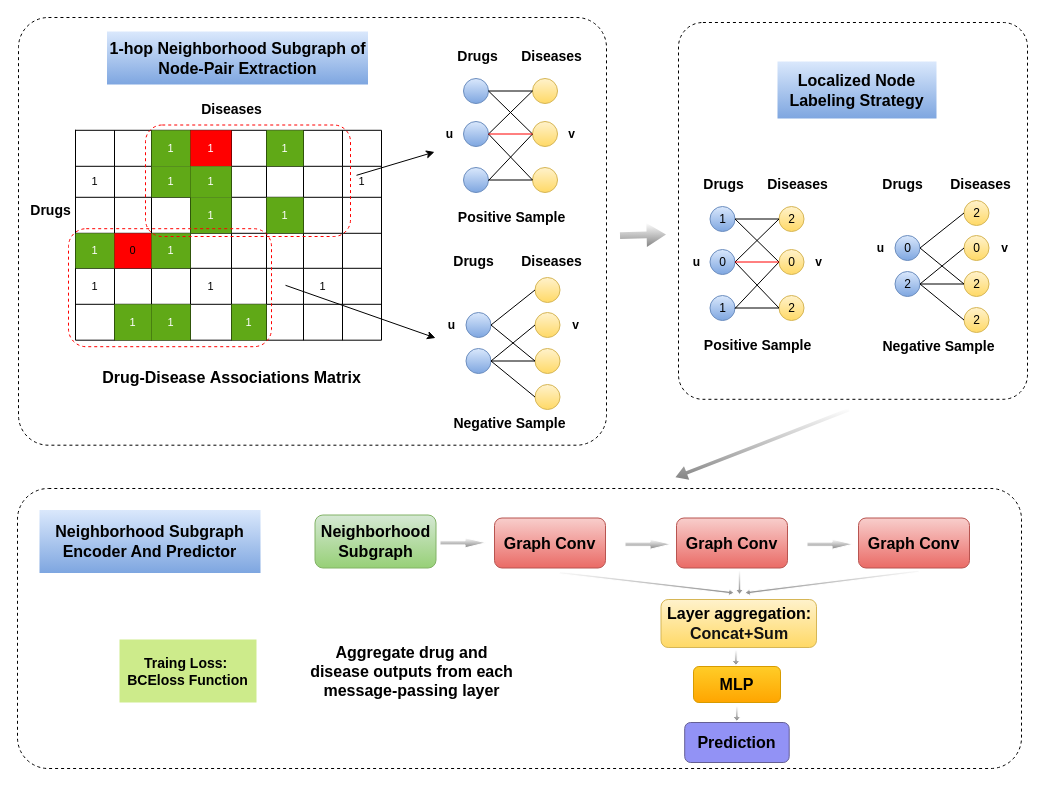
Earlier version of the draw.io diagram page "第 3 页" (3 of 4) of 未命名绘图.drawio (nanfengk/hello-world). Source tidied: cells renumbered, new cells numbered last; positions are measured from the earlier drawing's top-left corner, leaving out a move shared by most shapes. Both pictures are drawn from the tidied source at 100%, with x=0, y=0 at pixel (17, 17).
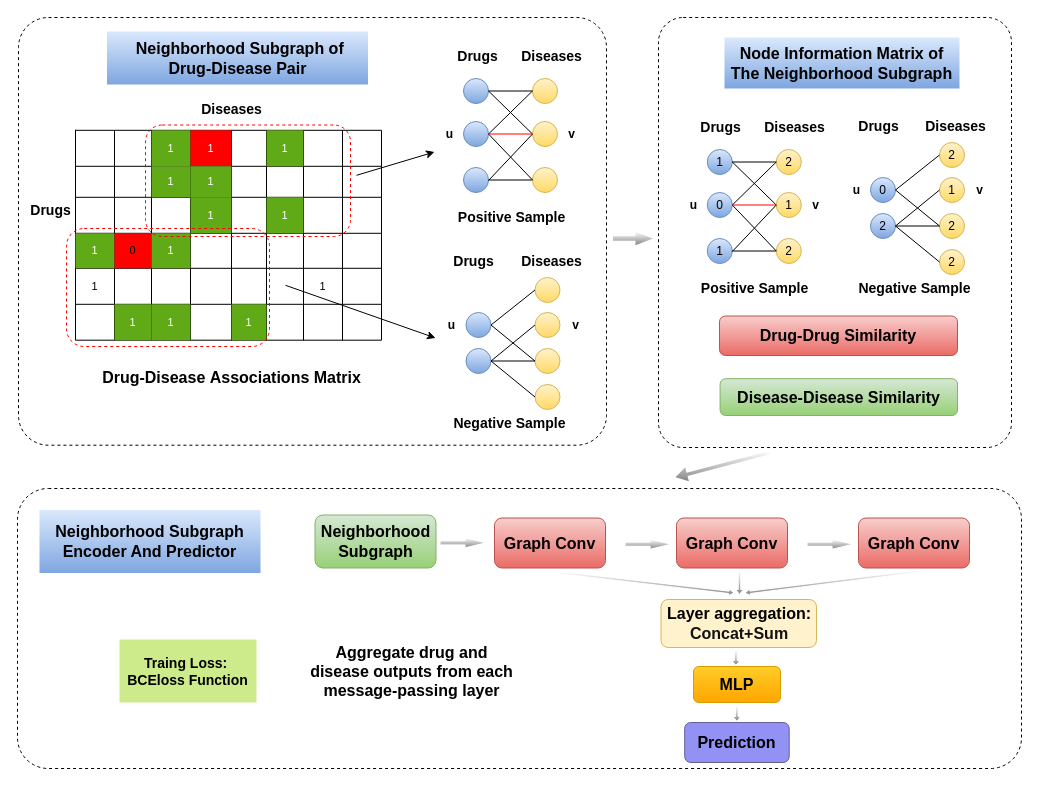
The same page after the edit.

Unchanged cells that the change refers to:
```xml
<mxCell id="14" style="shape=tableRow;horizontal=0;startSize=0;swimlaneHead=0;swimlaneBody=0;top=0;left=0;bottom=0;right=0;fillColor=none;rounded=0;shadow=0;sketch=0;fontSize=11;strokeWidth=1;" parent="4" vertex="1">
  <mxGeometry y="36" width="306" height="31" as="geometry" />
</mxCell>
<mxCell id="41" style="shape=tableRow;horizontal=0;startSize=0;swimlaneHead=0;swimlaneBody=0;top=0;left=0;bottom=0;right=0;fillColor=none;rounded=0;shadow=0;sketch=0;fontSize=11;strokeWidth=1;" parent="4" vertex="1">
  <mxGeometry y="138" width="306" height="36" as="geometry" />
</mxCell>
```

The edit, as a diff of the source:
```diff
@@
     <mxCell id="2" style="rounded=1;whiteSpace=wrap;html=1;glass=1;fillColor=none;dashed=1;strokeWidth=1;shadow=0;arcSize=7;" parent="1" vertex="1">
-      <mxGeometry x="661" y="5" width="349" height="376.8" as="geometry" />
+      <mxGeometry x="641" width="353" height="430" as="geometry" />
     </mxCell>
@@
-    <mxCell id="15" value="1" style="shape=partialRectangle;html=1;whiteSpace=wrap;overflow=hidden;fillColor=none;top=0;left=0;bottom=0;right=0;rounded=0;shadow=0;sketch=0;fontSize=11;strokeWidth=1;" parent="14" vertex="1">
+    <mxCell id="15" style="shape=partialRectangle;html=1;whiteSpace=wrap;overflow=hidden;fillColor=none;top=0;left=0;bottom=0;right=0;rounded=0;shadow=0;sketch=0;fontSize=11;strokeWidth=1;" parent="14" vertex="1">
       <mxGeometry width="39" height="31" as="geometry" />
     </mxCell>
@@
-    <mxCell id="22" value="1" style="shape=partialRectangle;html=1;whiteSpace=wrap;overflow=hidden;fillColor=none;top=0;left=0;bottom=0;right=0;rounded=0;shadow=0;sketch=0;fontSize=11;strokeWidth=1;" parent="14" vertex="1">
+    <mxCell id="22" style="shape=partialRectangle;html=1;whiteSpace=wrap;overflow=hidden;fillColor=none;top=0;left=0;bottom=0;right=0;rounded=0;shadow=0;sketch=0;fontSize=11;strokeWidth=1;" parent="14" vertex="1">
       <mxGeometry x="267" width="39" height="31" as="geometry" />
     </mxCell>
@@
-    <mxCell id="45" value="1" style="shape=partialRectangle;html=1;whiteSpace=wrap;overflow=hidden;fillColor=none;top=0;left=0;bottom=0;right=0;rounded=0;shadow=0;sketch=0;fontSize=11;strokeWidth=1;" parent="41" vertex="1">
+    <mxCell id="45" style="shape=partialRectangle;html=1;whiteSpace=wrap;overflow=hidden;fillColor=none;top=0;left=0;bottom=0;right=0;rounded=0;shadow=0;sketch=0;fontSize=11;strokeWidth=1;" parent="41" vertex="1">
       <mxGeometry x="115" width="41" height="36" as="geometry" />
     </mxCell>
@@
     <mxCell id="96" style="rounded=1;whiteSpace=wrap;html=1;shadow=0;dashed=1;sketch=0;fontSize=11;strokeWidth=1;gradientColor=none;fillColor=none;strokeColor=#FF0000;" parent="1" vertex="1">
-      <mxGeometry x="51" y="211.2" width="203" height="118" as="geometry" />
+      <mxGeometry x="49" y="211" width="203" height="118" as="geometry" />
     </mxCell>
@@
-    <mxCell id="100" style="shape=flexArrow;endArrow=classic;html=1;rounded=1;labelBackgroundColor=none;sketch=0;fontSize=9;fontColor=#FF0000;strokeColor=none;strokeWidth=1;curved=0;fillColor=#858585;gradientColor=#ffffff;endWidth=16.380952380952383;endSize=6.1240000000000006;width=6.8;gradientDirection=north;" parent="1" edge="1">
+    <mxCell id="100" style="shape=flexArrow;endArrow=classic;html=1;rounded=1;labelBackgroundColor=none;sketch=0;fontSize=9;fontColor=#FF0000;strokeColor=none;strokeWidth=1;curved=0;fillColor=#858585;gradientColor=#ffffff;endWidth=8.19047619047619;endSize=5.523809523809524;width=4.285714285714286;gradientDirection=north;" parent="1" edge="1">
       <mxGeometry relative="1" as="geometry">
-        <mxPoint x="602" y="218.1" as="sourcePoint" />
-        <mxPoint x="649" y="217" as="targetPoint" />
+        <mxPoint x="595" y="221" as="sourcePoint" />
+        <mxPoint x="636" y="221" as="targetPoint" />
       </mxGeometry>
     </mxCell>
     <mxCell id="101" value="1" style="ellipse;whiteSpace=wrap;html=1;rounded=0;sketch=0;strokeWidth=1;fillColor=#dae8fc;strokeColor=#6c8ebf;gradientColor=#7ea6e0;" parent="1" vertex="1">
-      <mxGeometry x="692.5" y="189" width="25" height="25" as="geometry" />
+      <mxGeometry x="689.8" y="132" width="25" height="25" as="geometry" />
     </mxCell>
     <mxCell id="102" value="2" style="ellipse;whiteSpace=wrap;html=1;rounded=0;sketch=0;strokeWidth=1;fillColor=#fff2cc;strokeColor=#d6b656;gradientColor=#ffd966;" parent="1" vertex="1">
-      <mxGeometry x="761.5" y="189" width="25" height="25" as="geometry" />
+      <mxGeometry x="758.8" y="132" width="25" height="25" as="geometry" />
     </mxCell>
     <mxCell id="103" value="0" style="ellipse;whiteSpace=wrap;html=1;rounded=0;sketch=0;strokeWidth=1;fillColor=#dae8fc;strokeColor=#6c8ebf;gradientColor=#7ea6e0;" parent="1" vertex="1">
-      <mxGeometry x="692.5" y="232" width="25" height="25" as="geometry" />
+      <mxGeometry x="689.8" y="175" width="25" height="25" as="geometry" />
     </mxCell>
     <mxCell id="104" value="1" style="ellipse;whiteSpace=wrap;html=1;rounded=0;sketch=0;strokeWidth=1;fillColor=#dae8fc;strokeColor=#6c8ebf;gradientColor=#7ea6e0;" parent="1" vertex="1">
-      <mxGeometry x="692.5" y="278" width="25" height="25" as="geometry" />
+      <mxGeometry x="689.8" y="221" width="25" height="25" as="geometry" />
     </mxCell>
     <mxCell id="105" value="2" style="ellipse;whiteSpace=wrap;html=1;rounded=0;sketch=0;strokeWidth=1;fillColor=#fff2cc;strokeColor=#d6b656;gradientColor=#ffd966;" parent="1" vertex="1">
-      <mxGeometry x="761.5" y="278" width="25" height="25" as="geometry" />
+      <mxGeometry x="758.8" y="221" width="25" height="25" as="geometry" />
     </mxCell>
-    <mxCell id="106" value="0" style="ellipse;whiteSpace=wrap;html=1;rounded=0;sketch=0;strokeWidth=1;fillColor=#fff2cc;strokeColor=#d6b656;gradientColor=#ffd966;" parent="1" vertex="1">
-      <mxGeometry x="761.5" y="232" width="25" height="25" as="geometry" />
+    <mxCell id="106" value="1" style="ellipse;whiteSpace=wrap;html=1;rounded=0;sketch=0;strokeWidth=1;fillColor=#fff2cc;strokeColor=#d6b656;gradientColor=#ffd966;" parent="1" vertex="1">
+      <mxGeometry x="758.8" y="175" width="25" height="25" as="geometry" />
     </mxCell>
     <mxCell id="107" value="&lt;font color=&quot;#000000&quot;&gt;&lt;b&gt;u&lt;/b&gt;&lt;/font&gt;" style="text;html=1;align=center;verticalAlign=middle;strokeColor=none;fillColor=none;fontSize=12;fontColor=#FF0000;" parent="1" vertex="1">
-      <mxGeometry x="670" y="235.5" width="17" height="18" as="geometry" />
+      <mxGeometry x="667.2" y="178.5" width="17" height="18" as="geometry" />
     </mxCell>
     <mxCell id="108" value="&lt;font color=&quot;#000000&quot;&gt;&lt;b&gt;v&lt;/b&gt;&lt;/font&gt;" style="text;html=1;align=center;verticalAlign=middle;strokeColor=none;fillColor=none;fontSize=12;fontColor=#FF0000;" parent="1" vertex="1">
-      <mxGeometry x="792.5" y="235.5" width="16" height="18" as="geometry" />
+      <mxGeometry x="789.8" y="178.5" width="16" height="18" as="geometry" />
     </mxCell>
     <mxCell id="109" value="&lt;b&gt;&lt;font style=&quot;font-size: 14px&quot;&gt;Drugs&lt;/font&gt;&lt;/b&gt;" style="text;html=1;align=center;verticalAlign=middle;strokeColor=none;fillColor=none;fontSize=11;" parent="1" vertex="1">
-      <mxGeometry x="681" y="158" width="50" height="17" as="geometry" />
+      <mxGeometry x="678.2" y="101" width="50" height="17" as="geometry" />
     </mxCell>
     <mxCell id="110" value="&lt;b&gt;&lt;font style=&quot;font-size: 14px&quot;&gt;Diseases&lt;/font&gt;&lt;/b&gt;" style="text;html=1;align=center;verticalAlign=middle;strokeColor=none;fillColor=none;fontSize=11;" parent="1" vertex="1">
-      <mxGeometry x="744.5" y="158" width="71" height="17" as="geometry" />
+      <mxGeometry x="741.8" y="101" width="71" height="17" as="geometry" />
     </mxCell>
@@
     <mxCell id="116" style="endArrow=none;html=1;rounded=1;labelBackgroundColor=none;sketch=0;fontSize=12;fontColor=#000000;strokeColor=#000000;strokeWidth=1;curved=0;exitX=0;exitY=0.5;exitDx=0;exitDy=0;" parent="1" edge="1" source="106">
       <mxGeometry relative="1" as="geometry">
-        <mxPoint x="717.5" y="291" as="targetPoint" />
+        <mxPoint x="714.8" y="234" as="targetPoint" />
       </mxGeometry>
     </mxCell>
     <mxCell id="117" value="&lt;font color=&quot;#000000&quot;&gt;&lt;b&gt;&lt;font style=&quot;font-size: 14px&quot;&gt;Positive Sample&lt;/font&gt;&lt;/b&gt;&lt;br&gt;&lt;/font&gt;" style="text;html=1;align=center;verticalAlign=middle;strokeColor=none;fillColor=none;fontSize=9;fontColor=#FF0000;" parent="1" vertex="1">
-      <mxGeometry x="681" y="320" width="118" height="16" as="geometry" />
+      <mxGeometry x="678.2" y="263" width="118" height="16" as="geometry" />
     </mxCell>
@@
     <mxCell id="119" value="2" style="ellipse;whiteSpace=wrap;html=1;rounded=0;sketch=0;strokeWidth=1;fillColor=#dae8fc;strokeColor=#6c8ebf;gradientColor=#7ea6e0;" parent="1" vertex="1">
-      <mxGeometry x="877.5" y="254" width="25" height="25" as="geometry" />
+      <mxGeometry x="853" y="196" width="25" height="25" as="geometry" />
     </mxCell>
     <mxCell id="120" value="2" style="ellipse;whiteSpace=wrap;html=1;rounded=0;sketch=0;strokeWidth=1;fillColor=#fff2cc;strokeColor=#d6b656;gradientColor=#ffd966;" parent="1" vertex="1">
-      <mxGeometry x="946.5" y="183" width="25" height="25" as="geometry" />
+      <mxGeometry x="922" y="125" width="25" height="25" as="geometry" />
     </mxCell>
     <mxCell id="121" value="0" style="ellipse;whiteSpace=wrap;html=1;rounded=0;sketch=0;strokeWidth=1;fillColor=#dae8fc;strokeColor=#6c8ebf;gradientColor=#7ea6e0;" parent="1" vertex="1">
-      <mxGeometry x="877.5" y="218" width="25" height="25" as="geometry" />
+      <mxGeometry x="853" y="160" width="25" height="25" as="geometry" />
     </mxCell>
     <mxCell id="122" value="2" style="ellipse;whiteSpace=wrap;html=1;rounded=0;sketch=0;strokeWidth=1;fillColor=#fff2cc;strokeColor=#d6b656;gradientColor=#ffd966;" parent="1" vertex="1">
-      <mxGeometry x="946.5" y="254" width="25" height="25" as="geometry" />
+      <mxGeometry x="922" y="196" width="25" height="25" as="geometry" />
     </mxCell>
-    <mxCell id="123" value="0" style="ellipse;whiteSpace=wrap;html=1;rounded=0;sketch=0;strokeWidth=1;fillColor=#fff2cc;strokeColor=#d6b656;gradientColor=#ffd966;" parent="1" vertex="1">
-      <mxGeometry x="946.5" y="218" width="25" height="25" as="geometry" />
+    <mxCell id="123" value="1" style="ellipse;whiteSpace=wrap;html=1;rounded=0;sketch=0;strokeWidth=1;fillColor=#fff2cc;strokeColor=#d6b656;gradientColor=#ffd966;" parent="1" vertex="1">
+      <mxGeometry x="922" y="160" width="25" height="25" as="geometry" />
     </mxCell>
     <mxCell id="124" value="&lt;font color=&quot;#000000&quot;&gt;&lt;b&gt;u&lt;/b&gt;&lt;/font&gt;" style="text;html=1;align=center;verticalAlign=middle;strokeColor=none;fillColor=none;fontSize=12;fontColor=#FF0000;" parent="1" vertex="1">
-      <mxGeometry x="854.5" y="221.5" width="17" height="18" as="geometry" />
+      <mxGeometry x="830" y="163.5" width="17" height="18" as="geometry" />
     </mxCell>
     <mxCell id="125" value="&lt;font color=&quot;#000000&quot;&gt;&lt;b&gt;v&lt;/b&gt;&lt;/font&gt;" style="text;html=1;align=center;verticalAlign=middle;strokeColor=none;fillColor=none;fontSize=12;fontColor=#FF0000;" parent="1" vertex="1">
-      <mxGeometry x="978.5" y="221.5" width="16" height="18" as="geometry" />
+      <mxGeometry x="954" y="163.5" width="16" height="18" as="geometry" />
     </mxCell>
     <mxCell id="126" value="&lt;b&gt;&lt;font style=&quot;font-size: 14px&quot;&gt;Drugs&lt;/font&gt;&lt;/b&gt;" style="text;html=1;align=center;verticalAlign=middle;strokeColor=none;fillColor=none;fontSize=11;" parent="1" vertex="1">
-      <mxGeometry x="860" y="158" width="50" height="17" as="geometry" />
+      <mxGeometry x="835.5" y="100" width="50" height="17" as="geometry" />
     </mxCell>
     <mxCell id="127" value="&lt;b&gt;&lt;font style=&quot;font-size: 14px&quot;&gt;Diseases&lt;/font&gt;&lt;/b&gt;" style="text;html=1;align=center;verticalAlign=middle;strokeColor=none;fillColor=none;fontSize=11;" parent="1" vertex="1">
-      <mxGeometry x="927" y="158" width="71" height="17" as="geometry" />
+      <mxGeometry x="902.5" y="100" width="71" height="17" as="geometry" />
     </mxCell>
     <mxCell id="128" value="2" style="ellipse;whiteSpace=wrap;html=1;rounded=0;sketch=0;strokeWidth=1;fillColor=#fff2cc;strokeColor=#d6b656;gradientColor=#ffd966;" parent="1" vertex="1">
-      <mxGeometry x="946.5" y="290" width="25" height="25" as="geometry" />
+      <mxGeometry x="922" y="232" width="25" height="25" as="geometry" />
     </mxCell>
@@
     <mxCell id="134" value="&lt;font color=&quot;#000000&quot;&gt;&lt;b&gt;&lt;font style=&quot;font-size: 14px&quot;&gt;Negative Sample&lt;/font&gt;&lt;/b&gt;&lt;br&gt;&lt;/font&gt;" style="text;html=1;align=center;verticalAlign=middle;strokeColor=none;fillColor=none;fontSize=9;fontColor=#FF0000;" parent="1" vertex="1">
-      <mxGeometry x="860" y="321" width="122" height="16" as="geometry" />
+      <mxGeometry x="835.5" y="263" width="122" height="16" as="geometry" />
     </mxCell>
-    <mxCell id="135" value="&lt;b&gt;&lt;font style=&quot;font-size: 16px&quot;&gt;Localized Node Labeling Strategy&lt;/font&gt;&lt;/b&gt;" style="rounded=0;whiteSpace=wrap;html=1;shadow=0;dashed=1;sketch=0;fontSize=9;strokeColor=none;strokeWidth=1;fillColor=#dae8fc;gradientColor=#7ea6e0;" parent="1" vertex="1">
-      <mxGeometry x="760" y="44" width="159" height="57" as="geometry" />
+    <mxCell id="135" value="&lt;span style=&quot;font-size: 16px;&quot;&gt;&lt;b&gt;Node Information Matrix of The Neighborhood Subgraph&lt;/b&gt;&lt;/span&gt;" style="rounded=0;whiteSpace=wrap;html=1;shadow=0;dashed=1;sketch=0;fontSize=9;strokeColor=none;strokeWidth=1;fillColor=#dae8fc;gradientColor=#7ea6e0;" parent="1" vertex="1">
+      <mxGeometry x="707" y="20" width="235" height="51" as="geometry" />
     </mxCell>
-    <mxCell id="136" value="&lt;b style=&quot;color: rgb(255 , 0 , 0)&quot;&gt;&lt;font style=&quot;font-size: 16px&quot;&gt;&lt;font color=&quot;#000000&quot;&gt;1-hop&amp;nbsp;&lt;/font&gt;&lt;span style=&quot;color: rgb(0 , 0 , 0)&quot;&gt;Neighborhood Subgraph of&lt;br&gt;Node-Pair Extraction&lt;/span&gt;&lt;/font&gt;&lt;/b&gt;" style="rounded=0;whiteSpace=wrap;html=1;shadow=0;dashed=1;sketch=0;fontSize=9;strokeColor=none;strokeWidth=1;fillColor=#dae8fc;gradientColor=#7ea6e0;" parent="1" vertex="1">
+    <mxCell id="136" value="&lt;b style=&quot;color: rgb(255, 0, 0);&quot;&gt;&lt;font style=&quot;font-size: 16px;&quot;&gt;&lt;font color=&quot;#000000&quot;&gt;&amp;nbsp;&lt;/font&gt;&lt;span style=&quot;color: rgb(0, 0, 0);&quot;&gt;Neighborhood Subgraph of&lt;br&gt;Drug-Disease Pair&lt;/span&gt;&lt;/font&gt;&lt;/b&gt;" style="rounded=0;whiteSpace=wrap;html=1;shadow=0;dashed=1;sketch=0;fontSize=9;strokeColor=none;strokeWidth=1;fillColor=#dae8fc;gradientColor=#7ea6e0;" parent="1" vertex="1">
       <mxGeometry x="89.5" y="14" width="261" height="53" as="geometry" />
     </mxCell>
     <mxCell id="137" style="shape=flexArrow;endArrow=classic;html=1;rounded=1;labelBackgroundColor=none;sketch=0;fontSize=9;fontColor=#FF0000;strokeColor=none;strokeWidth=1;curved=0;fillColor=#858585;gradientColor=#ffffff;endWidth=10.011890606420927;endSize=3.652873563218391;width=3.4482758620689657;gradientDirection=north;" parent="1" edge="1">
       <mxGeometry relative="1" as="geometry">
-        <mxPoint x="832" y="392" as="sourcePoint" />
+        <mxPoint x="752" y="435" as="sourcePoint" />
         <mxPoint x="657.5" y="460" as="targetPoint" />
       </mxGeometry>
     </mxCell>
@@
-    <mxCell id="146" value="&lt;b&gt;&lt;font&gt;&lt;span style=&quot;font-size: 16px&quot;&gt;Layer aggregation:&lt;br&gt;&lt;/span&gt;&lt;/font&gt;&lt;/b&gt;&lt;span style=&quot;color: rgb(18 , 18 , 18) ; font-family: , &amp;#34;blinkmacsystemfont&amp;#34; , &amp;#34;helvetica neue&amp;#34; , &amp;#34;pingfang sc&amp;#34; , &amp;#34;microsoft yahei&amp;#34; , &amp;#34;source han sans sc&amp;#34; , &amp;#34;noto sans cjk sc&amp;#34; , &amp;#34;wenquanyi micro hei&amp;#34; , sans-serif&quot;&gt;&lt;font size=&quot;3&quot;&gt;&lt;b&gt;Concat+Sum&lt;/b&gt;&lt;/font&gt;&lt;/span&gt;" style="rounded=1;whiteSpace=wrap;html=1;shadow=0;sketch=0;fontSize=9;strokeColor=#d6b656;strokeWidth=1;fillColor=#fff2cc;gradientColor=#ffd966;" parent="1" vertex="1">
+    <mxCell id="146" value="&lt;b&gt;&lt;font&gt;&lt;span style=&quot;font-size: 16px&quot;&gt;Layer aggregation:&lt;br&gt;&lt;/span&gt;&lt;/font&gt;&lt;/b&gt;&lt;span style=&quot;color: rgb(18 , 18 , 18) ; font-family: , &amp;#34;blinkmacsystemfont&amp;#34; , &amp;#34;helvetica neue&amp;#34; , &amp;#34;pingfang sc&amp;#34; , &amp;#34;microsoft yahei&amp;#34; , &amp;#34;source han sans sc&amp;#34; , &amp;#34;noto sans cjk sc&amp;#34; , &amp;#34;wenquanyi micro hei&amp;#34; , sans-serif&quot;&gt;&lt;font size=&quot;3&quot;&gt;&lt;b&gt;Concat+Sum&lt;/b&gt;&lt;/font&gt;&lt;/span&gt;" style="rounded=1;whiteSpace=wrap;html=1;shadow=0;sketch=0;fontSize=9;strokeColor=#d6b656;strokeWidth=1;fillColor=#fff2cc;" parent="1" vertex="1">
       <mxGeometry x="643.5" y="582" width="155.5" height="48" as="geometry" />
     </mxCell>
@@
+    <mxCell id="158" value="&lt;span lang=&quot;EN-US&quot;&gt;&lt;font style=&quot;font-size: 16px;&quot;&gt;&lt;b&gt;Drug-Drug Similarity&lt;/b&gt;&lt;/font&gt;&lt;/span&gt;" style="rounded=1;whiteSpace=wrap;html=1;gradientDirection=south;fillColor=#f8cecc;strokeColor=#b85450;gradientColor=#ea6b66;" parent="1" vertex="1">
+      <mxGeometry x="702" y="298.5" width="238" height="39.5" as="geometry" />
+    </mxCell>
+    <mxCell id="159" value="&lt;span style=&quot;&quot; lang=&quot;EN-US&quot;&gt;&lt;font style=&quot;font-size: 16px;&quot;&gt;&lt;b style=&quot;&quot;&gt;Disease-Disease Similarity&lt;/b&gt;&lt;/font&gt;&lt;/span&gt;" style="rounded=1;whiteSpace=wrap;html=1;gradientDirection=south;fillColor=#d5e8d4;strokeColor=#82b366;gradientColor=#97d077;" parent="1" vertex="1">
+      <mxGeometry x="702.6" y="361.2" width="237.4" height="36.8" as="geometry" />
+    </mxCell>
```
